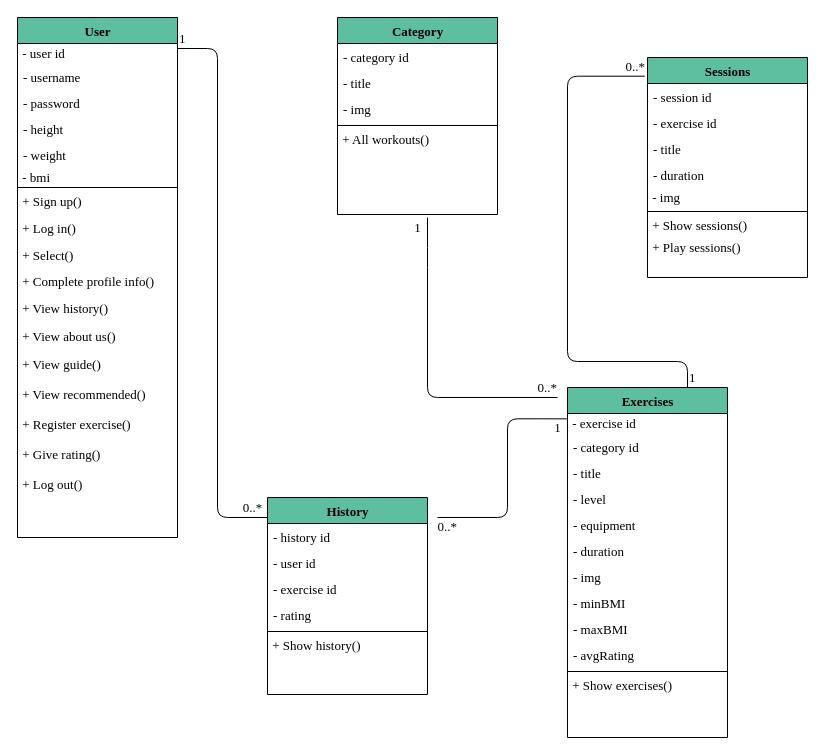
This is Docs./ClassDiagram.drawio from ShadiMe-flutter/Workout, a draw.io file, before an edit. Source tidied: cells renumbered, new cells numbered last; positions are measured from the earlier drawing's top-left corner, leaving out a move shared by most shapes. Both pictures are drawn from the tidied source at 100%, with x=0, y=0 at pixel (17, 17).
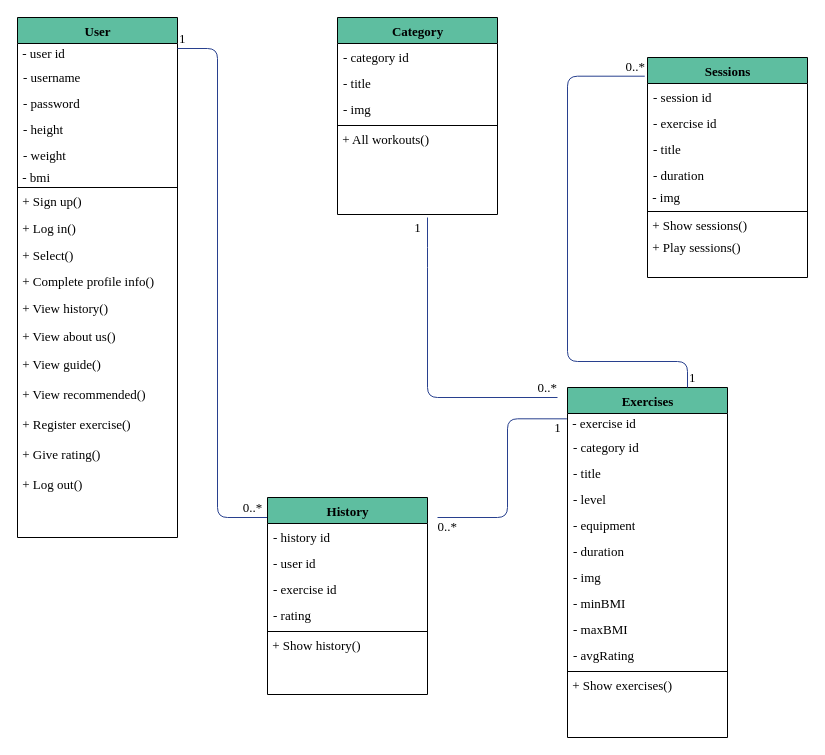
After the change.

The change refers to these unchanged cells:
```xml
<mxCell id="3" value="&lt;font style=&quot;font-size: 13px&quot;&gt;&amp;nbsp;- user id&lt;/font&gt;" style="text;html=1;strokeColor=none;fillColor=none;align=left;verticalAlign=middle;whiteSpace=wrap;rounded=0;fontFamily=Times New Roman;fontSize=13;" parent="2" vertex="1">
  <mxGeometry y="26" width="160" height="20" as="geometry" />
</mxCell>
<mxCell id="21" value="Exercises" style="swimlane;html=1;fontStyle=1;align=center;verticalAlign=top;horizontal=1;startSize=26;swimlaneFillColor=#ffffff;rounded=0;shadow=0;comic=0;labelBackgroundColor=none;strokeWidth=1;fontFamily=Times New Roman;fontSize=13;fillColor=#5EBEA0;" parent="1" vertex="1">
  <mxGeometry x="550" y="370" width="160" height="350" as="geometry" />
</mxCell>
<mxCell id="22" value="&amp;nbsp;- exercise id" style="text;html=1;align=left;verticalAlign=middle;points=[];fontFamily=Times New Roman;fontSize=13;" parent="21" vertex="1">
  <mxGeometry y="26" width="160" height="20" as="geometry" />
</mxCell>
<mxCell id="40" value="Sessions" style="swimlane;html=1;fontStyle=1;align=center;verticalAlign=top;horizontal=1;startSize=26;swimlaneFillColor=#ffffff;rounded=0;shadow=0;comic=0;labelBackgroundColor=none;strokeWidth=1;fontFamily=Times New Roman;fontSize=13;fillColor=#5EBEA0;" parent="1" vertex="1">
  <mxGeometry x="630" y="40" width="160" height="220" as="geometry" />
</mxCell>
```

What changed in the source:
```diff
@@
-    <mxCell id="48" style="endArrow=none;html=1;edgeStyle=orthogonalEdgeStyle;entryX=-0.017;entryY=0.085;entryDx=0;entryDy=0;entryPerimeter=0;exitX=0.75;exitY=0;exitDx=0;exitDy=0;fontFamily=Times New Roman;fontSize=13;" parent="1" edge="1" source="21" target="40">
+    <mxCell id="48" style="endArrow=none;html=1;edgeStyle=orthogonalEdgeStyle;entryX=-0.017;entryY=0.085;entryDx=0;entryDy=0;entryPerimeter=0;exitX=0.75;exitY=0;exitDx=0;exitDy=0;fontFamily=Times New Roman;fontSize=13;strokeColor=#28408E;" parent="1" edge="1" source="21" target="40">
       <mxGeometry relative="1" as="geometry">
         <Array as="points">
           <mxPoint x="670" y="344" />
           <mxPoint x="550" y="344" />
           <mxPoint x="550" y="59" />
         </Array>
       </mxGeometry>
     </mxCell>
@@
-    <mxCell id="51" style="endArrow=none;html=1;edgeStyle=orthogonalEdgeStyle;exitX=1;exitY=0.25;exitDx=0;exitDy=0;fontFamily=Times New Roman;fontSize=13;" parent="1" edge="1" source="3">
+    <mxCell id="51" style="endArrow=none;html=1;edgeStyle=orthogonalEdgeStyle;exitX=1;exitY=0.25;exitDx=0;exitDy=0;fontFamily=Times New Roman;fontSize=13;strokeColor=#28408E;" parent="1" edge="1" source="3">
       <mxGeometry relative="1" as="geometry">
         <mxPoint x="250" y="500" as="targetPoint" />
         <Array as="points">
           <mxPoint x="200" y="31" />
           <mxPoint x="200" y="500" />
         </Array>
       </mxGeometry>
     </mxCell>
@@
-    <mxCell id="53" style="endArrow=none;html=1;edgeStyle=orthogonalEdgeStyle;fontFamily=Times New Roman;fontSize=13;" parent="1" edge="1">
+    <mxCell id="53" style="endArrow=none;html=1;edgeStyle=orthogonalEdgeStyle;fontFamily=Times New Roman;fontSize=13;strokeColor=#28408E;" parent="1" edge="1">
       <mxGeometry relative="1" as="geometry">
         <mxPoint x="410" y="200" as="sourcePoint" />
         <mxPoint x="540" y="380" as="targetPoint" />
         <Array as="points">
           <mxPoint x="410" y="240" />
           <mxPoint x="410" y="240" />
         </Array>
       </mxGeometry>
     </mxCell>
@@
-    <mxCell id="65" style="endArrow=none;html=1;edgeStyle=orthogonalEdgeStyle;exitX=-0.004;exitY=0.267;exitDx=0;exitDy=0;exitPerimeter=0;fontFamily=Times New Roman;fontSize=13;" parent="1" edge="1" source="22">
+    <mxCell id="65" style="endArrow=none;html=1;edgeStyle=orthogonalEdgeStyle;exitX=-0.004;exitY=0.267;exitDx=0;exitDy=0;exitPerimeter=0;fontFamily=Times New Roman;fontSize=13;strokeColor=#28408E;" parent="1" edge="1" source="22">
       <mxGeometry relative="1" as="geometry">
         <mxPoint x="420" y="500" as="targetPoint" />
         <Array as="points">
           <mxPoint x="490" y="401" />
           <mxPoint x="490" y="500" />
         </Array>
       </mxGeometry>
     </mxCell>
```
